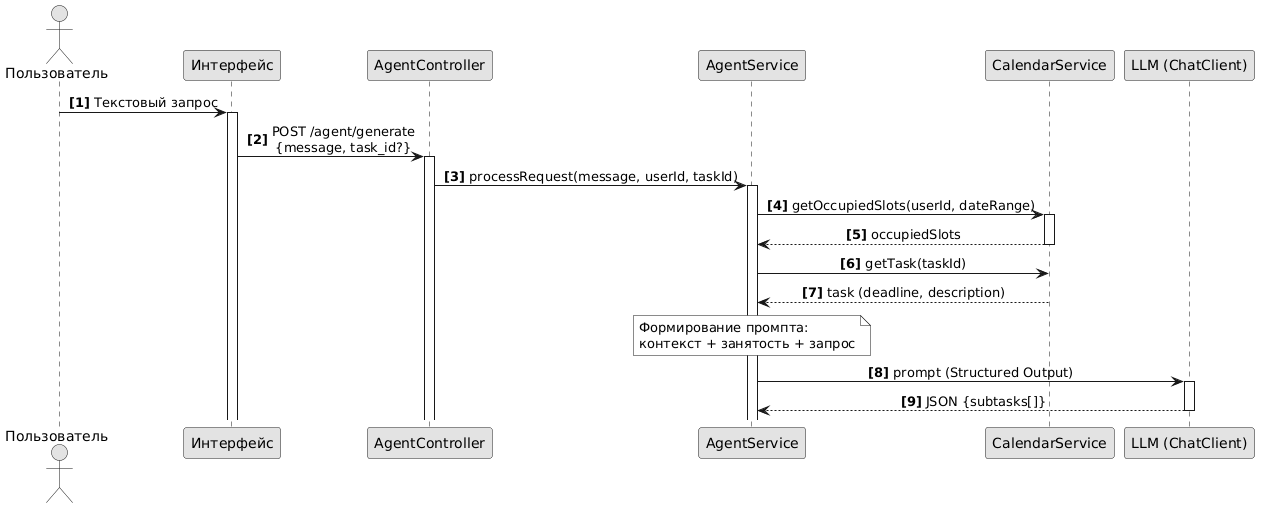
Earlier version of the PlantUML export picture/diagrams/sequence_generation_p1.png (Hohichh/Diploma-project-notes). Source of this version:
```plantuml
@startuml
skinparam monochrome true
skinparam shadowing false
skinparam sequenceMessageAlign center
skinparam defaultFontName Arial

autonumber "<b>[0]</b>"

actor "Пользователь" as User
participant "Интерфейс" as UI
participant "AgentController" as Ctrl
participant "AgentService" as Agent
participant "CalendarService" as Calendar
participant "LLM (ChatClient)" as LLM

User -> UI : Текстовый запрос
activate UI
UI -> Ctrl : POST /agent/generate\n{message, task_id?}
activate Ctrl
Ctrl -> Agent : processRequest(message, userId, taskId)
activate Agent

Agent -> Calendar : getOccupiedSlots(userId, dateRange)
activate Calendar
Calendar --> Agent : occupiedSlots
deactivate Calendar

Agent -> Calendar : getTask(taskId)
Calendar --> Agent : task (deadline, description)

note over Agent : Формирование промпта:\nконтекст + занятость + запрос

Agent -> LLM : prompt (Structured Output)
activate LLM
LLM --> Agent : JSON {subtasks[]}
deactivate LLM
@enduml
```
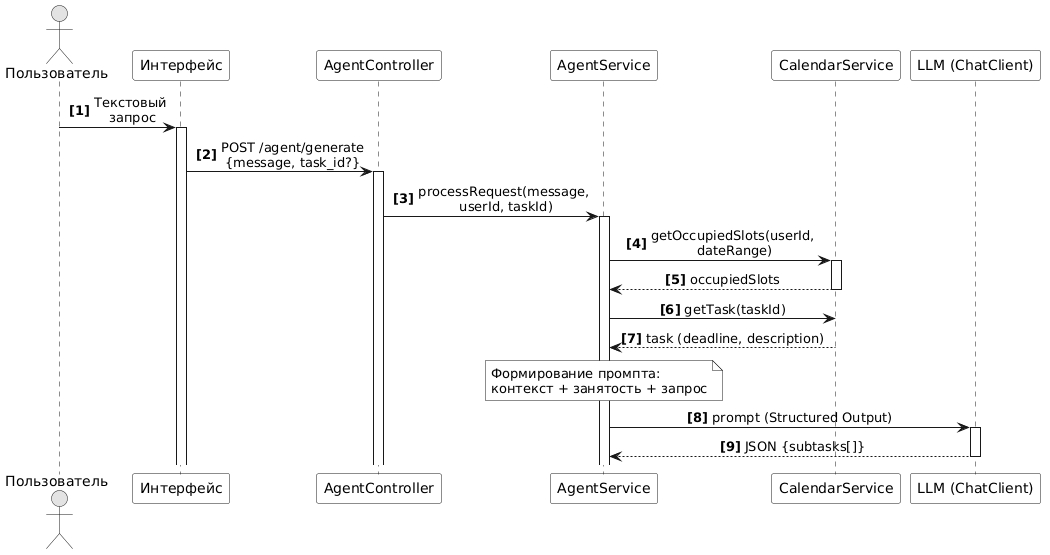
The same diagram one commit later.

The edit, as a diff of the source:
```diff
@@ -3,6 +3,7 @@
 skinparam shadowing false
 skinparam sequenceMessageAlign center
 skinparam defaultFontName Arial
+skinparam ParticipantBackgroundColor transparent
 
 autonumber "<b>[0]</b>"
 
@@ -13,14 +14,14 @@
 participant "CalendarService" as Calendar
 participant "LLM (ChatClient)" as LLM
 
-User -> UI : Текстовый запрос
+User -> UI : Текстовый\n запрос
 activate UI
 UI -> Ctrl : POST /agent/generate\n{message, task_id?}
 activate Ctrl
-Ctrl -> Agent : processRequest(message, userId, taskId)
+Ctrl -> Agent : processRequest(message,\n userId, taskId)
 activate Agent
 
-Agent -> Calendar : getOccupiedSlots(userId, dateRange)
+Agent -> Calendar : getOccupiedSlots(userId,\n dateRange)
 activate Calendar
 Calendar --> Agent : occupiedSlots
 deactivate Calendar
```
